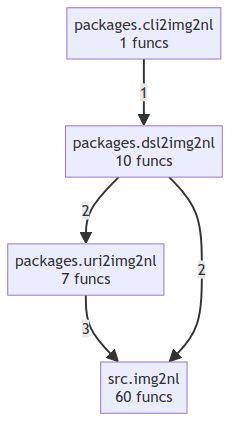
This is project/compact_flow.png from wronai/img2nl, a Mermaid export, as it was before one commit. Its source is kept beside it as project/compact_flow.mmd.
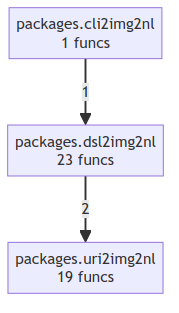
Above is the later version.

The edit, as a diff of the source:
```diff
@@ -1,9 +1,6 @@
 flowchart TD
     packages__cli2img2nl["packages.cli2img2nl<br/>1 funcs"]
-    packages__dsl2img2nl["packages.dsl2img2nl<br/>10 funcs"]
-    packages__uri2img2nl["packages.uri2img2nl<br/>7 funcs"]
-    src__img2nl["src.img2nl<br/>60 funcs"]
-    packages__uri2img2nl -->|3| src__img2nl
-    packages__dsl2img2nl -->|2| src__img2nl
+    packages__dsl2img2nl["packages.dsl2img2nl<br/>23 funcs"]
+    packages__uri2img2nl["packages.uri2img2nl<br/>19 funcs"]
     packages__dsl2img2nl -->|2| packages__uri2img2nl
     packages__cli2img2nl -->|1| packages__dsl2img2nl
```
